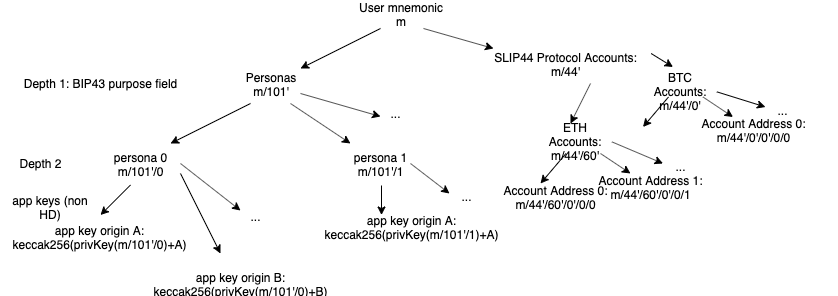
Above: HDtree.png in Bunjin/metamask-research (draw.io), before the change. Source tidied: cells renumbered, new cells last; positions are measured from the earlier drawing's top-left corner, leaving out a move shared by most shapes.
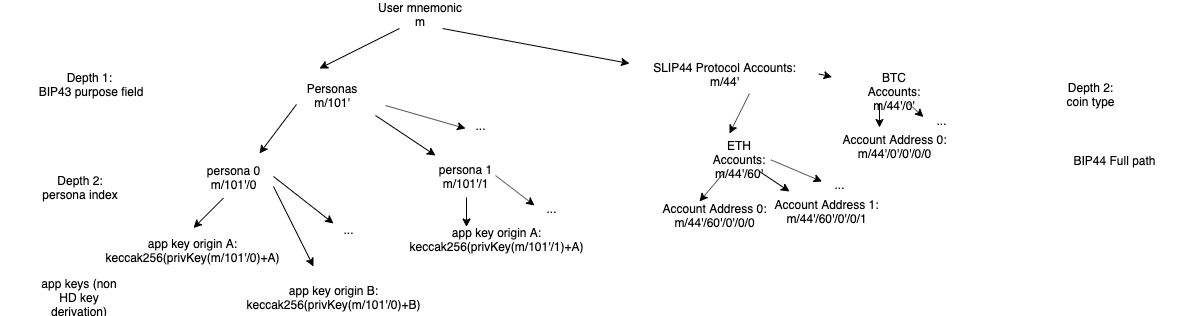
After the change.

What changed in the source:
```diff
@@ -12,163 +12,164 @@
       </mxGeometry>
     </mxCell>
     <mxCell id="4" value="Personas&lt;br&gt;m/101'" style="text;html=1;strokeColor=none;fillColor=none;align=center;verticalAlign=middle;whiteSpace=wrap;rounded=0;" parent="1" vertex="1">
-      <mxGeometry x="200" y="70" width="140" height="20" as="geometry" />
+      <mxGeometry x="242" y="81" width="140" height="20" as="geometry" />
     </mxCell>
-    <mxCell id="5" style="endArrow=classic;html=1;" parent="1" edge="1">
+    <mxCell id="5" style="endArrow=classic;html=1;exitX=0.25;exitY=1;exitDx=0;exitDy=0;" parent="1" edge="1" source="4">
       <mxGeometry relative="1" as="geometry">
-        <mxPoint x="250" y="100" as="sourcePoint" />
-        <mxPoint x="170" y="140" as="targetPoint" />
+        <mxPoint x="240" y="150" as="targetPoint" />
       </mxGeometry>
     </mxCell>
     <mxCell id="6" value="persona 0&lt;br&gt;m/101'/0" style="text;html=1;strokeColor=none;fillColor=none;align=center;verticalAlign=middle;whiteSpace=wrap;rounded=0;" parent="1" vertex="1">
-      <mxGeometry x="70" y="150" width="140" height="20" as="geometry" />
+      <mxGeometry x="144" y="163" width="140" height="20" as="geometry" />
     </mxCell>
     <mxCell id="7" value="app key origin A:&lt;br&gt;keccak256(privKey(m/101'/0)+A)" style="text;html=1;strokeColor=none;fillColor=none;align=center;verticalAlign=middle;whiteSpace=wrap;rounded=0;" parent="1" vertex="1">
-      <mxGeometry x="29" y="223" width="140" height="20" as="geometry" />
+      <mxGeometry x="103" y="236" width="140" height="20" as="geometry" />
     </mxCell>
     <mxCell id="8" style="endArrow=classic;html=1;" parent="1" edge="1">
       <mxGeometry relative="1" as="geometry">
-        <mxPoint x="130" y="181.5" as="sourcePoint" />
-        <mxPoint x="100" y="211.5" as="targetPoint" />
+        <mxPoint x="204" y="194.5" as="sourcePoint" />
+        <mxPoint x="174" y="224.5" as="targetPoint" />
       </mxGeometry>
     </mxCell>
-    <mxCell id="9" value="Depth 1: BIP43 purpose field" style="text;html=1;strokeColor=none;fillColor=none;align=center;verticalAlign=middle;whiteSpace=wrap;rounded=0;" parent="1" vertex="1">
-      <mxGeometry x="10" y="70" width="180" height="20" as="geometry" />
+    <mxCell id="9" value="Depth 1: &lt;br&gt;BIP43 purpose field" style="text;html=1;strokeColor=none;fillColor=none;align=center;verticalAlign=middle;whiteSpace=wrap;rounded=0;" parent="1" vertex="1">
+      <mxGeometry x="-19" y="70" width="180" height="20" as="geometry" />
     </mxCell>
-    <mxCell id="10" value="Depth 2" style="text;html=1;strokeColor=none;fillColor=none;align=center;verticalAlign=middle;whiteSpace=wrap;rounded=0;" parent="1" vertex="1">
-      <mxGeometry y="150" width="80" height="20" as="geometry" />
+    <mxCell id="10" value="Depth 2:&lt;br&gt;persona index" style="text;html=1;strokeColor=none;fillColor=none;align=center;verticalAlign=middle;whiteSpace=wrap;rounded=0;" parent="1" vertex="1">
+      <mxGeometry x="20" y="173" width="80" height="20" as="geometry" />
     </mxCell>
     <mxCell id="11" style="endArrow=classic;html=1;" parent="1" edge="1">
       <mxGeometry relative="1" as="geometry">
-        <mxPoint x="180" y="170" as="sourcePoint" />
-        <mxPoint x="220" y="250" as="targetPoint" />
+        <mxPoint x="254" y="183" as="sourcePoint" />
+        <mxPoint x="294" y="263" as="targetPoint" />
       </mxGeometry>
     </mxCell>
     <mxCell id="12" value="app key origin B:&lt;br&gt;keccak256(privKey(m/101'/0)+B)" style="text;html=1;strokeColor=none;fillColor=none;align=center;verticalAlign=middle;whiteSpace=wrap;rounded=0;" parent="1" vertex="1">
-      <mxGeometry x="170" y="270" width="140" height="20" as="geometry" />
+      <mxGeometry x="244" y="283" width="140" height="20" as="geometry" />
     </mxCell>
     <mxCell id="13" style="endArrow=classic;html=1;" parent="1" edge="1">
       <mxGeometry relative="1" as="geometry">
-        <mxPoint x="290" y="100" as="sourcePoint" />
-        <mxPoint x="350" y="140" as="targetPoint" />
+        <mxPoint x="356" y="112" as="sourcePoint" />
+        <mxPoint x="416" y="152" as="targetPoint" />
       </mxGeometry>
     </mxCell>
     <mxCell id="14" value="persona 1&lt;br&gt;m/101'/1" style="text;html=1;strokeColor=none;fillColor=none;align=center;verticalAlign=middle;whiteSpace=wrap;rounded=0;" parent="1" vertex="1">
-      <mxGeometry x="310" y="150" width="140" height="20" as="geometry" />
+      <mxGeometry x="376" y="162" width="140" height="20" as="geometry" />
     </mxCell>
     <mxCell id="15" style="endArrow=classic;html=1;" parent="1" edge="1">
       <mxGeometry relative="1" as="geometry">
-        <mxPoint x="180" y="160" as="sourcePoint" />
-        <mxPoint x="240" y="207" as="targetPoint" />
+        <mxPoint x="254" y="173" as="sourcePoint" />
+        <mxPoint x="314" y="220" as="targetPoint" />
       </mxGeometry>
     </mxCell>
     <mxCell id="16" value="..." style="text;html=1;strokeColor=none;fillColor=none;align=center;verticalAlign=middle;whiteSpace=wrap;rounded=0;" parent="1" vertex="1">
-      <mxGeometry x="240" y="203" width="30" height="20" as="geometry" />
+      <mxGeometry x="314" y="216" width="30" height="20" as="geometry" />
     </mxCell>
     <mxCell id="17" style="endArrow=classic;html=1;" parent="1" edge="1">
       <mxGeometry relative="1" as="geometry">
-        <mxPoint x="300" y="90" as="sourcePoint" />
-        <mxPoint x="380" y="113" as="targetPoint" />
+        <mxPoint x="366" y="102" as="sourcePoint" />
+        <mxPoint x="446" y="125" as="targetPoint" />
       </mxGeometry>
     </mxCell>
     <mxCell id="18" value="..." style="text;html=1;strokeColor=none;fillColor=none;align=center;verticalAlign=middle;whiteSpace=wrap;rounded=0;" parent="1" vertex="1">
-      <mxGeometry x="380" y="100" width="30" height="20" as="geometry" />
+      <mxGeometry x="446" y="112" width="30" height="20" as="geometry" />
     </mxCell>
     <mxCell id="19" value="app key origin A:&lt;br&gt;keccak256(privKey(m/101'/1)+A)" style="text;html=1;strokeColor=none;fillColor=none;align=center;verticalAlign=middle;whiteSpace=wrap;rounded=0;" parent="1" vertex="1">
-      <mxGeometry x="341" y="213" width="140" height="20" as="geometry" />
+      <mxGeometry x="407" y="225" width="140" height="20" as="geometry" />
     </mxCell>
     <mxCell id="20" style="endArrow=classic;html=1;" parent="1" edge="1">
       <mxGeometry relative="1" as="geometry">
-        <mxPoint x="381" y="182" as="sourcePoint" />
-        <mxPoint x="381" y="211.5" as="targetPoint" />
+        <mxPoint x="447" y="194" as="sourcePoint" />
+        <mxPoint x="447" y="223.5" as="targetPoint" />
       </mxGeometry>
     </mxCell>
     <mxCell id="21" style="endArrow=classic;html=1;" parent="1" edge="1">
       <mxGeometry relative="1" as="geometry">
-        <mxPoint x="410" y="160" as="sourcePoint" />
-        <mxPoint x="449" y="190" as="targetPoint" />
+        <mxPoint x="476" y="172" as="sourcePoint" />
+        <mxPoint x="515" y="202" as="targetPoint" />
       </mxGeometry>
     </mxCell>
     <mxCell id="22" value="..." style="text;html=1;strokeColor=none;fillColor=none;align=center;verticalAlign=middle;whiteSpace=wrap;rounded=0;" parent="1" vertex="1">
-      <mxGeometry x="451" y="183" width="30" height="20" as="geometry" />
+      <mxGeometry x="517" y="195" width="30" height="20" as="geometry" />
     </mxCell>
-    <mxCell id="23" value="app keys (non HD)" style="text;html=1;strokeColor=none;fillColor=none;align=center;verticalAlign=middle;whiteSpace=wrap;rounded=0;" parent="1" vertex="1">
-      <mxGeometry x="10" y="193" width="80" height="20" as="geometry" />
+    <mxCell id="23" value="app keys (non HD key derivation)" style="text;html=1;strokeColor=none;fillColor=none;align=center;verticalAlign=middle;whiteSpace=wrap;rounded=0;" parent="1" vertex="1">
+      <mxGeometry x="20" y="283" width="80" height="20" as="geometry" />
     </mxCell>
     <mxCell id="24" style="endArrow=classic;html=1;" parent="1" edge="1">
       <mxGeometry relative="1" as="geometry">
         <mxPoint x="423" y="25" as="sourcePoint" />
-        <mxPoint x="493" y="45" as="targetPoint" />
+        <mxPoint x="610" y="60" as="targetPoint" />
       </mxGeometry>
     </mxCell>
     <mxCell id="25" value="SLIP44 Protocol Accounts:&lt;br&gt;m/44'" style="text;html=1;strokeColor=none;fillColor=none;align=center;verticalAlign=middle;whiteSpace=wrap;rounded=0;" parent="1" vertex="1">
-      <mxGeometry x="481" y="50" width="169" height="20" as="geometry" />
+      <mxGeometry x="621" y="60" width="169" height="20" as="geometry" />
     </mxCell>
     <mxCell id="26" style="endArrow=classic;html=1;" parent="1" edge="1">
       <mxGeometry relative="1" as="geometry">
-        <mxPoint x="590" y="80" as="sourcePoint" />
-        <mxPoint x="570" y="120" as="targetPoint" />
+        <mxPoint x="730" y="90" as="sourcePoint" />
+        <mxPoint x="710" y="130" as="targetPoint" />
       </mxGeometry>
     </mxCell>
     <mxCell id="27" value="ETH Accounts:&lt;br&gt;m/44'/60'" style="text;html=1;strokeColor=none;fillColor=none;align=center;verticalAlign=middle;whiteSpace=wrap;rounded=0;" parent="1" vertex="1">
-      <mxGeometry x="490" y="120" width="169" height="20" as="geometry" />
+      <mxGeometry x="635.5" y="138.5" width="169" height="20" as="geometry" />
     </mxCell>
     <mxCell id="28" style="endArrow=classic;html=1;" parent="1" edge="1">
       <mxGeometry relative="1" as="geometry">
-        <mxPoint x="565.5" y="150" as="sourcePoint" />
-        <mxPoint x="540" y="180" as="targetPoint" />
+        <mxPoint x="705.5" y="168" as="sourcePoint" />
+        <mxPoint x="680" y="198" as="targetPoint" />
       </mxGeometry>
     </mxCell>
     <mxCell id="29" value="Account Address 0:&lt;br&gt;m/44'/60'/0'/0/0" style="text;html=1;strokeColor=none;fillColor=none;align=center;verticalAlign=middle;whiteSpace=wrap;rounded=0;" parent="1" vertex="1">
-      <mxGeometry x="470" y="183" width="169" height="20" as="geometry" />
+      <mxGeometry x="610" y="201" width="169" height="20" as="geometry" />
     </mxCell>
     <mxCell id="30" style="endArrow=classic;html=1;" parent="1" edge="1">
       <mxGeometry relative="1" as="geometry">
-        <mxPoint x="600" y="150" as="sourcePoint" />
-        <mxPoint x="630" y="170" as="targetPoint" />
+        <mxPoint x="740" y="168" as="sourcePoint" />
+        <mxPoint x="770" y="188" as="targetPoint" />
       </mxGeometry>
     </mxCell>
     <mxCell id="31" value="Account Address 1:&lt;br&gt;m/44'/60'/0'/0/1" style="text;html=1;strokeColor=none;fillColor=none;align=center;verticalAlign=middle;whiteSpace=wrap;rounded=0;" parent="1" vertex="1">
-      <mxGeometry x="565.5" y="173" width="169" height="20" as="geometry" />
+      <mxGeometry x="722.5" y="197" width="169" height="20" as="geometry" />
     </mxCell>
-    <mxCell id="32" style="endArrow=classic;html=1;exitX=0.718;exitY=0.917;exitDx=0;exitDy=0;exitPerimeter=0;" parent="1" edge="1" source="27">
+    <mxCell id="32" style="endArrow=classic;html=1;exitX=0.718;exitY=0.917;exitDx=0;exitDy=0;exitPerimeter=0;" parent="1" edge="1">
       <mxGeometry relative="1" as="geometry">
-        <mxPoint x="662.5" y="160" as="targetPoint" />
+        <mxPoint x="751.3" y="156.3" as="sourcePoint" />
+        <mxPoint x="802.5" y="178" as="targetPoint" />
       </mxGeometry>
     </mxCell>
     <mxCell id="33" value="..." style="text;html=1;strokeColor=none;fillColor=none;align=center;verticalAlign=middle;whiteSpace=wrap;rounded=0;" parent="1" vertex="1">
-      <mxGeometry x="664.5" y="153" width="30" height="20" as="geometry" />
+      <mxGeometry x="804.5" y="171" width="30" height="20" as="geometry" />
     </mxCell>
-    <mxCell id="34" style="endArrow=classic;html=1;exitX=1.004;exitY=0.002;exitDx=0;exitDy=0;exitPerimeter=0;" parent="1" edge="1" source="25">
+    <mxCell id="34" style="endArrow=classic;html=1;exitX=0.055;exitY=0.023;exitDx=0;exitDy=0;exitPerimeter=0;" parent="1" edge="1" source="35">
       <mxGeometry relative="1" as="geometry">
-        <mxPoint x="672.5" y="63.5" as="targetPoint" />
+        <mxPoint x="812.5" y="73.5" as="targetPoint" />
       </mxGeometry>
     </mxCell>
     <mxCell id="35" value="BTC Accounts:&lt;br&gt;m/44'/0'" style="text;html=1;strokeColor=none;fillColor=none;align=center;verticalAlign=middle;whiteSpace=wrap;rounded=0;" parent="1" vertex="1">
-      <mxGeometry x="595" y="70" width="169" height="20" as="geometry" />
+      <mxGeometry x="790" y="70" width="169" height="20" as="geometry" />
     </mxCell>
-    <mxCell id="36" style="endArrow=classic;html=1;" parent="1" edge="1">
-      <mxGeometry relative="1" as="geometry">
-        <mxPoint x="668" y="93.5" as="sourcePoint" />
-        <mxPoint x="642.5" y="123.5" as="targetPoint" />
-      </mxGeometry>
-    </mxCell>
     <mxCell id="37" style="endArrow=classic;html=1;" parent="1" edge="1">
       <mxGeometry relative="1" as="geometry">
-        <mxPoint x="702.5" y="93.5" as="sourcePoint" />
-        <mxPoint x="732.5" y="113.5" as="targetPoint" />
+        <mxPoint x="860" y="100" as="sourcePoint" />
+        <mxPoint x="860" y="124" as="targetPoint" />
       </mxGeometry>
     </mxCell>
     <mxCell id="38" value="Account Address 0:&lt;br&gt;m/44'/0'/0'/0/0" style="text;html=1;strokeColor=none;fillColor=none;align=center;verticalAlign=middle;whiteSpace=wrap;rounded=0;" parent="1" vertex="1">
-      <mxGeometry x="668" y="116.5" width="169" height="20" as="geometry" />
+      <mxGeometry x="790" y="132" width="169" height="20" as="geometry" />
     </mxCell>
-    <mxCell id="39" style="endArrow=classic;html=1;exitX=0.718;exitY=0.917;exitDx=0;exitDy=0;exitPerimeter=0;" parent="1" edge="1" source="35">
+    <mxCell id="39" style="endArrow=classic;html=1;" parent="1" edge="1">
       <mxGeometry relative="1" as="geometry">
-        <mxPoint x="765" y="103.5" as="targetPoint" />
+        <mxPoint x="889" y="100" as="sourcePoint" />
+        <mxPoint x="904" y="113.5" as="targetPoint" />
       </mxGeometry>
     </mxCell>
     <mxCell id="40" value="..." style="text;html=1;strokeColor=none;fillColor=none;align=center;verticalAlign=middle;whiteSpace=wrap;rounded=0;" parent="1" vertex="1">
-      <mxGeometry x="767" y="96.5" width="30" height="20" as="geometry" />
+      <mxGeometry x="907" y="106.5" width="30" height="20" as="geometry" />
     </mxCell>
+    <mxCell id="41" value="Depth 2:&lt;br&gt;coin type" style="text;html=1;strokeColor=none;fillColor=none;align=center;verticalAlign=middle;whiteSpace=wrap;rounded=0;" parent="1" vertex="1">
+      <mxGeometry x="1030" y="80" width="80" height="20" as="geometry" />
+    </mxCell>
+    <mxCell id="42" value="BIP44 Full path" style="text;html=1;strokeColor=none;fillColor=none;align=center;verticalAlign=middle;whiteSpace=wrap;rounded=0;" parent="1" vertex="1">
+      <mxGeometry x="1030" y="146.5" width="130" height="20" as="geometry" />
+    </mxCell>
   </root>
 </mxGraphModel>
```
